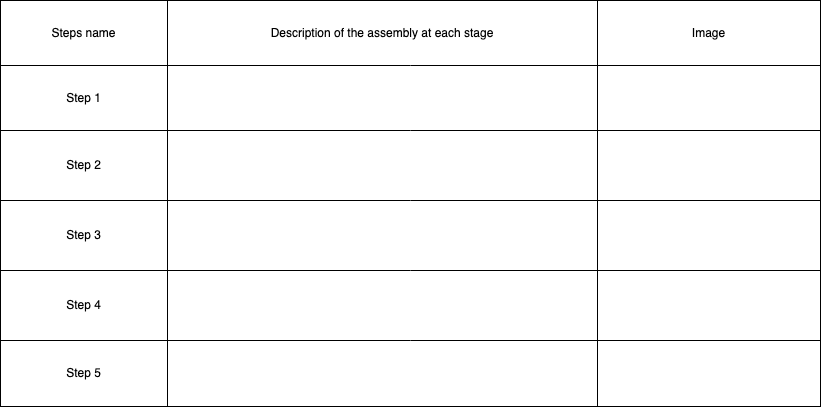
Before: Steps to assemble the parts.png, a diagram exported from draw.io (amerezoji1362/drawio-github). Source tidied: cells renumbered, new cells last; positions are measured from the earlier drawing's top-left corner, leaving out a move shared by most shapes. The source it was exported from:
```xml
<mxGraphModel>
  <root>
    <mxCell id="0" />
    <mxCell id="1" parent="0" />
    <mxCell id="2" style="shape=table;startSize=0;" parent="1" vertex="1">
      <mxGeometry width="820" height="406" as="geometry" />
    </mxCell>
    <mxCell id="3" style="shape=partialRectangle;fillColor=none;top=0;left=0;bottom=0;right=0;" parent="2" vertex="1">
      <mxGeometry width="820" height="65" as="geometry" />
    </mxCell>
    <mxCell id="4" value="Steps name" style="shape=partialRectangle;html=1;whiteSpace=wrap;overflow=hidden;fillColor=none;top=0;left=0;bottom=0;right=0;" parent="3" vertex="1">
      <mxGeometry width="167" height="65" as="geometry" />
    </mxCell>
    <mxCell id="5" value="Description of the assembly at each stage" style="shape=partialRectangle;html=1;whiteSpace=wrap;overflow=hidden;fillColor=none;top=0;left=0;bottom=0;right=0;" parent="3" vertex="1">
      <mxGeometry x="167" width="430" height="65" as="geometry" />
    </mxCell>
    <mxCell id="6" value="Image" style="shape=partialRectangle;html=1;whiteSpace=wrap;overflow=hidden;fillColor=none;top=0;left=0;bottom=0;right=0;" parent="3" vertex="1">
      <mxGeometry x="597" width="223" height="65" as="geometry" />
    </mxCell>
    <mxCell id="7" style="shape=partialRectangle;fillColor=none;top=0;left=0;bottom=0;right=0;" parent="2" vertex="1">
      <mxGeometry y="65" width="820" height="65" as="geometry" />
    </mxCell>
    <mxCell id="8" value="Step 1" style="shape=partialRectangle;html=1;whiteSpace=wrap;overflow=hidden;fillColor=none;top=0;left=0;bottom=0;right=0;" parent="7" vertex="1">
      <mxGeometry width="167" height="65" as="geometry" />
    </mxCell>
    <mxCell id="9" style="shape=partialRectangle;html=1;whiteSpace=wrap;overflow=hidden;fillColor=none;top=0;left=0;bottom=0;right=0;" parent="7" vertex="1">
      <mxGeometry x="167" width="430" height="65" as="geometry" />
    </mxCell>
    <mxCell id="10" style="shape=partialRectangle;html=1;whiteSpace=wrap;overflow=hidden;fillColor=none;top=0;left=0;bottom=0;right=0;" parent="7" vertex="1">
      <mxGeometry x="597" width="223" height="65" as="geometry" />
    </mxCell>
    <mxCell id="11" style="shape=partialRectangle;fillColor=none;top=0;left=0;bottom=0;right=0;" parent="2" vertex="1">
      <mxGeometry y="130" width="820" height="70" as="geometry" />
    </mxCell>
    <mxCell id="12" value="Step 2" style="shape=partialRectangle;html=1;whiteSpace=wrap;overflow=hidden;fillColor=none;top=0;left=0;bottom=0;right=0;" parent="11" vertex="1">
      <mxGeometry width="167" height="70" as="geometry" />
    </mxCell>
    <mxCell id="13" style="shape=partialRectangle;html=1;whiteSpace=wrap;overflow=hidden;fillColor=none;top=0;left=0;bottom=0;right=0;" parent="11" vertex="1">
      <mxGeometry x="167" width="430" height="70" as="geometry" />
    </mxCell>
    <mxCell id="14" style="shape=partialRectangle;html=1;whiteSpace=wrap;overflow=hidden;fillColor=none;top=0;left=0;bottom=0;right=0;" parent="11" vertex="1">
      <mxGeometry x="597" width="223" height="70" as="geometry" />
    </mxCell>
    <mxCell id="15" style="shape=partialRectangle;fillColor=none;top=0;left=0;bottom=0;right=0;" parent="2" vertex="1">
      <mxGeometry y="200" width="820" height="70" as="geometry" />
    </mxCell>
    <mxCell id="16" value="Step 3" style="shape=partialRectangle;html=1;whiteSpace=wrap;overflow=hidden;fillColor=none;top=0;left=0;bottom=0;right=0;" parent="15" vertex="1">
      <mxGeometry width="167" height="70" as="geometry" />
    </mxCell>
    <mxCell id="17" style="shape=partialRectangle;html=1;whiteSpace=wrap;overflow=hidden;fillColor=none;top=0;left=0;bottom=0;right=0;" parent="15" vertex="1">
      <mxGeometry x="167" width="430" height="70" as="geometry" />
    </mxCell>
    <mxCell id="18" style="shape=partialRectangle;html=1;whiteSpace=wrap;overflow=hidden;fillColor=none;top=0;left=0;bottom=0;right=0;" parent="15" vertex="1">
      <mxGeometry x="597" width="223" height="70" as="geometry" />
    </mxCell>
    <mxCell id="19" style="shape=partialRectangle;fillColor=none;top=0;left=0;bottom=0;right=0;" parent="2" vertex="1">
      <mxGeometry y="270" width="820" height="70" as="geometry" />
    </mxCell>
    <mxCell id="20" value="Step 4" style="shape=partialRectangle;html=1;whiteSpace=wrap;overflow=hidden;fillColor=none;top=0;left=0;bottom=0;right=0;" parent="19" vertex="1">
      <mxGeometry width="167" height="70" as="geometry" />
    </mxCell>
    <mxCell id="21" style="shape=partialRectangle;html=1;whiteSpace=wrap;overflow=hidden;fillColor=none;top=0;left=0;bottom=0;right=0;" parent="19" vertex="1">
      <mxGeometry x="167" width="430" height="70" as="geometry" />
    </mxCell>
    <mxCell id="22" style="shape=partialRectangle;html=1;whiteSpace=wrap;overflow=hidden;fillColor=none;top=0;left=0;bottom=0;right=0;" parent="19" vertex="1">
      <mxGeometry x="597" width="223" height="70" as="geometry" />
    </mxCell>
    <mxCell id="23" style="shape=partialRectangle;fillColor=none;top=0;left=0;bottom=0;right=0;" parent="2" vertex="1">
      <mxGeometry y="340" width="820" height="66" as="geometry" />
    </mxCell>
    <mxCell id="24" value="Step 5" style="shape=partialRectangle;html=1;whiteSpace=wrap;overflow=hidden;fillColor=none;top=0;left=0;bottom=0;right=0;" parent="23" vertex="1">
      <mxGeometry width="167" height="66" as="geometry" />
    </mxCell>
    <mxCell id="25" style="shape=partialRectangle;html=1;whiteSpace=wrap;overflow=hidden;fillColor=none;top=0;left=0;bottom=0;right=0;" parent="23" vertex="1">
      <mxGeometry x="167" width="430" height="66" as="geometry" />
    </mxCell>
    <mxCell id="26" style="shape=partialRectangle;html=1;whiteSpace=wrap;overflow=hidden;fillColor=none;top=0;left=0;bottom=0;right=0;" parent="23" vertex="1">
      <mxGeometry x="597" width="223" height="66" as="geometry" />
    </mxCell>
  </root>
</mxGraphModel>
```
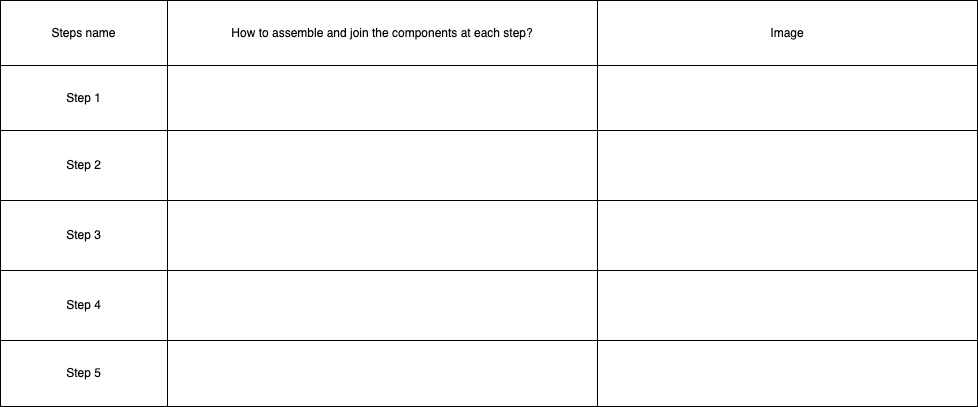
After the change.

Change to the diagram source:
```diff
@@ -2,80 +2,80 @@
   <root>
     <mxCell id="0" />
     <mxCell id="1" parent="0" />
-    <mxCell id="2" style="shape=table;startSize=0;" parent="1" vertex="1">
-      <mxGeometry width="820" height="406" as="geometry" />
-    </mxCell>
-    <mxCell id="3" style="shape=partialRectangle;fillColor=none;top=0;left=0;bottom=0;right=0;" parent="2" vertex="1">
-      <mxGeometry width="820" height="65" as="geometry" />
-    </mxCell>
+    <mxCell id="27" style="shape=table;startSize=0;" parent="1" vertex="1">
+      <mxGeometry width="977" height="406" as="geometry" />
+    </mxCell>
+    <mxCell id="28" style="shape=partialRectangle;fillColor=none;top=0;left=0;bottom=0;right=0;" parent="27" vertex="1">
+      <mxGeometry width="977" height="65" as="geometry" />
+    </mxCell>
-    <mxCell id="4" value="Steps name" style="shape=partialRectangle;html=1;whiteSpace=wrap;overflow=hidden;fillColor=none;top=0;left=0;bottom=0;right=0;" parent="3" vertex="1">
+    <mxCell id="4" value="Steps name" style="shape=partialRectangle;html=1;whiteSpace=wrap;overflow=hidden;fillColor=none;top=0;left=0;bottom=0;right=0;" parent="28" vertex="1">
       <mxGeometry width="167" height="65" as="geometry" />
     </mxCell>
-    <mxCell id="5" value="Description of the assembly at each stage" style="shape=partialRectangle;html=1;whiteSpace=wrap;overflow=hidden;fillColor=none;top=0;left=0;bottom=0;right=0;" parent="3" vertex="1">
-      <mxGeometry x="167" width="430" height="65" as="geometry" />
-    </mxCell>
+    <mxCell id="29" value="How to assemble and join the components at each step?" style="shape=partialRectangle;html=1;whiteSpace=wrap;overflow=hidden;fillColor=none;top=0;left=0;bottom=0;right=0;" parent="28" vertex="1">
+      <mxGeometry x="167" width="430" height="65" as="geometry" />
+    </mxCell>
-    <mxCell id="6" value="Image" style="shape=partialRectangle;html=1;whiteSpace=wrap;overflow=hidden;fillColor=none;top=0;left=0;bottom=0;right=0;" parent="3" vertex="1">
-      <mxGeometry x="597" width="223" height="65" as="geometry" />
+    <mxCell id="6" value="Image" style="shape=partialRectangle;html=1;whiteSpace=wrap;overflow=hidden;fillColor=none;top=0;left=0;bottom=0;right=0;" parent="28" vertex="1">
+      <mxGeometry x="597" width="380" height="65" as="geometry" />
     </mxCell>
-    <mxCell id="7" style="shape=partialRectangle;fillColor=none;top=0;left=0;bottom=0;right=0;" parent="2" vertex="1">
-      <mxGeometry y="65" width="820" height="65" as="geometry" />
-    </mxCell>
+    <mxCell id="30" style="shape=partialRectangle;fillColor=none;top=0;left=0;bottom=0;right=0;" parent="27" vertex="1">
+      <mxGeometry y="65" width="977" height="65" as="geometry" />
+    </mxCell>
-    <mxCell id="8" value="Step 1" style="shape=partialRectangle;html=1;whiteSpace=wrap;overflow=hidden;fillColor=none;top=0;left=0;bottom=0;right=0;" parent="7" vertex="1">
+    <mxCell id="8" value="Step 1" style="shape=partialRectangle;html=1;whiteSpace=wrap;overflow=hidden;fillColor=none;top=0;left=0;bottom=0;right=0;" parent="30" vertex="1">
       <mxGeometry width="167" height="65" as="geometry" />
     </mxCell>
-    <mxCell id="9" style="shape=partialRectangle;html=1;whiteSpace=wrap;overflow=hidden;fillColor=none;top=0;left=0;bottom=0;right=0;" parent="7" vertex="1">
+    <mxCell id="9" style="shape=partialRectangle;html=1;whiteSpace=wrap;overflow=hidden;fillColor=none;top=0;left=0;bottom=0;right=0;" parent="30" vertex="1">
       <mxGeometry x="167" width="430" height="65" as="geometry" />
     </mxCell>
-    <mxCell id="10" style="shape=partialRectangle;html=1;whiteSpace=wrap;overflow=hidden;fillColor=none;top=0;left=0;bottom=0;right=0;" parent="7" vertex="1">
-      <mxGeometry x="597" width="223" height="65" as="geometry" />
-    </mxCell>
-    <mxCell id="11" style="shape=partialRectangle;fillColor=none;top=0;left=0;bottom=0;right=0;" parent="2" vertex="1">
-      <mxGeometry y="130" width="820" height="70" as="geometry" />
-    </mxCell>
+    <mxCell id="31" style="shape=partialRectangle;html=1;whiteSpace=wrap;overflow=hidden;fillColor=none;top=0;left=0;bottom=0;right=0;" parent="30" vertex="1">
+      <mxGeometry x="597" width="380" height="65" as="geometry" />
+    </mxCell>
+    <mxCell id="32" style="shape=partialRectangle;fillColor=none;top=0;left=0;bottom=0;right=0;" parent="27" vertex="1">
+      <mxGeometry y="130" width="977" height="70" as="geometry" />
+    </mxCell>
-    <mxCell id="12" value="Step 2" style="shape=partialRectangle;html=1;whiteSpace=wrap;overflow=hidden;fillColor=none;top=0;left=0;bottom=0;right=0;" parent="11" vertex="1">
+    <mxCell id="12" value="Step 2" style="shape=partialRectangle;html=1;whiteSpace=wrap;overflow=hidden;fillColor=none;top=0;left=0;bottom=0;right=0;" parent="32" vertex="1">
       <mxGeometry width="167" height="70" as="geometry" />
     </mxCell>
-    <mxCell id="13" style="shape=partialRectangle;html=1;whiteSpace=wrap;overflow=hidden;fillColor=none;top=0;left=0;bottom=0;right=0;" parent="11" vertex="1">
-      <mxGeometry x="167" width="430" height="70" as="geometry" />
-    </mxCell>
-    <mxCell id="14" style="shape=partialRectangle;html=1;whiteSpace=wrap;overflow=hidden;fillColor=none;top=0;left=0;bottom=0;right=0;" parent="11" vertex="1">
-      <mxGeometry x="597" width="223" height="70" as="geometry" />
-    </mxCell>
-    <mxCell id="15" style="shape=partialRectangle;fillColor=none;top=0;left=0;bottom=0;right=0;" parent="2" vertex="1">
-      <mxGeometry y="200" width="820" height="70" as="geometry" />
-    </mxCell>
+    <mxCell id="33" style="shape=partialRectangle;html=1;whiteSpace=wrap;overflow=hidden;fillColor=none;top=0;left=0;bottom=0;right=0;" parent="32" vertex="1">
+      <mxGeometry x="167" width="430" height="70" as="geometry" />
+    </mxCell>
+    <mxCell id="34" style="shape=partialRectangle;html=1;whiteSpace=wrap;overflow=hidden;fillColor=none;top=0;left=0;bottom=0;right=0;" parent="32" vertex="1">
+      <mxGeometry x="597" width="380" height="70" as="geometry" />
+    </mxCell>
+    <mxCell id="35" style="shape=partialRectangle;fillColor=none;top=0;left=0;bottom=0;right=0;" parent="27" vertex="1">
+      <mxGeometry y="200" width="977" height="70" as="geometry" />
+    </mxCell>
-    <mxCell id="16" value="Step 3" style="shape=partialRectangle;html=1;whiteSpace=wrap;overflow=hidden;fillColor=none;top=0;left=0;bottom=0;right=0;" parent="15" vertex="1">
+    <mxCell id="16" value="Step 3" style="shape=partialRectangle;html=1;whiteSpace=wrap;overflow=hidden;fillColor=none;top=0;left=0;bottom=0;right=0;" parent="35" vertex="1">
       <mxGeometry width="167" height="70" as="geometry" />
     </mxCell>
-    <mxCell id="17" style="shape=partialRectangle;html=1;whiteSpace=wrap;overflow=hidden;fillColor=none;top=0;left=0;bottom=0;right=0;" parent="15" vertex="1">
-      <mxGeometry x="167" width="430" height="70" as="geometry" />
-    </mxCell>
-    <mxCell id="18" style="shape=partialRectangle;html=1;whiteSpace=wrap;overflow=hidden;fillColor=none;top=0;left=0;bottom=0;right=0;" parent="15" vertex="1">
-      <mxGeometry x="597" width="223" height="70" as="geometry" />
-    </mxCell>
-    <mxCell id="19" style="shape=partialRectangle;fillColor=none;top=0;left=0;bottom=0;right=0;" parent="2" vertex="1">
-      <mxGeometry y="270" width="820" height="70" as="geometry" />
-    </mxCell>
+    <mxCell id="36" style="shape=partialRectangle;html=1;whiteSpace=wrap;overflow=hidden;fillColor=none;top=0;left=0;bottom=0;right=0;" parent="35" vertex="1">
+      <mxGeometry x="167" width="430" height="70" as="geometry" />
+    </mxCell>
+    <mxCell id="37" style="shape=partialRectangle;html=1;whiteSpace=wrap;overflow=hidden;fillColor=none;top=0;left=0;bottom=0;right=0;" parent="35" vertex="1">
+      <mxGeometry x="597" width="380" height="70" as="geometry" />
+    </mxCell>
+    <mxCell id="38" style="shape=partialRectangle;fillColor=none;top=0;left=0;bottom=0;right=0;" parent="27" vertex="1">
+      <mxGeometry y="270" width="977" height="70" as="geometry" />
+    </mxCell>
-    <mxCell id="20" value="Step 4" style="shape=partialRectangle;html=1;whiteSpace=wrap;overflow=hidden;fillColor=none;top=0;left=0;bottom=0;right=0;" parent="19" vertex="1">
+    <mxCell id="20" value="Step 4" style="shape=partialRectangle;html=1;whiteSpace=wrap;overflow=hidden;fillColor=none;top=0;left=0;bottom=0;right=0;" parent="38" vertex="1">
       <mxGeometry width="167" height="70" as="geometry" />
     </mxCell>
-    <mxCell id="21" style="shape=partialRectangle;html=1;whiteSpace=wrap;overflow=hidden;fillColor=none;top=0;left=0;bottom=0;right=0;" parent="19" vertex="1">
-      <mxGeometry x="167" width="430" height="70" as="geometry" />
-    </mxCell>
-    <mxCell id="22" style="shape=partialRectangle;html=1;whiteSpace=wrap;overflow=hidden;fillColor=none;top=0;left=0;bottom=0;right=0;" parent="19" vertex="1">
-      <mxGeometry x="597" width="223" height="70" as="geometry" />
-    </mxCell>
-    <mxCell id="23" style="shape=partialRectangle;fillColor=none;top=0;left=0;bottom=0;right=0;" parent="2" vertex="1">
-      <mxGeometry y="340" width="820" height="66" as="geometry" />
-    </mxCell>
+    <mxCell id="39" style="shape=partialRectangle;html=1;whiteSpace=wrap;overflow=hidden;fillColor=none;top=0;left=0;bottom=0;right=0;" parent="38" vertex="1">
+      <mxGeometry x="167" width="430" height="70" as="geometry" />
+    </mxCell>
+    <mxCell id="40" style="shape=partialRectangle;html=1;whiteSpace=wrap;overflow=hidden;fillColor=none;top=0;left=0;bottom=0;right=0;" parent="38" vertex="1">
+      <mxGeometry x="597" width="380" height="70" as="geometry" />
+    </mxCell>
+    <mxCell id="41" style="shape=partialRectangle;fillColor=none;top=0;left=0;bottom=0;right=0;" parent="27" vertex="1">
+      <mxGeometry y="340" width="977" height="66" as="geometry" />
+    </mxCell>
-    <mxCell id="24" value="Step 5" style="shape=partialRectangle;html=1;whiteSpace=wrap;overflow=hidden;fillColor=none;top=0;left=0;bottom=0;right=0;" parent="23" vertex="1">
+    <mxCell id="24" value="Step 5" style="shape=partialRectangle;html=1;whiteSpace=wrap;overflow=hidden;fillColor=none;top=0;left=0;bottom=0;right=0;" parent="41" vertex="1">
       <mxGeometry width="167" height="66" as="geometry" />
     </mxCell>
-    <mxCell id="25" style="shape=partialRectangle;html=1;whiteSpace=wrap;overflow=hidden;fillColor=none;top=0;left=0;bottom=0;right=0;" parent="23" vertex="1">
+    <mxCell id="25" style="shape=partialRectangle;html=1;whiteSpace=wrap;overflow=hidden;fillColor=none;top=0;left=0;bottom=0;right=0;" parent="41" vertex="1">
       <mxGeometry x="167" width="430" height="66" as="geometry" />
     </mxCell>
-    <mxCell id="26" style="shape=partialRectangle;html=1;whiteSpace=wrap;overflow=hidden;fillColor=none;top=0;left=0;bottom=0;right=0;" parent="23" vertex="1">
-      <mxGeometry x="597" width="223" height="66" as="geometry" />
-    </mxCell>
+    <mxCell id="42" style="shape=partialRectangle;html=1;whiteSpace=wrap;overflow=hidden;fillColor=none;top=0;left=0;bottom=0;right=0;" parent="41" vertex="1">
+      <mxGeometry x="597" width="380" height="66" as="geometry" />
+    </mxCell>
   </root>
 </mxGraphModel>
```
